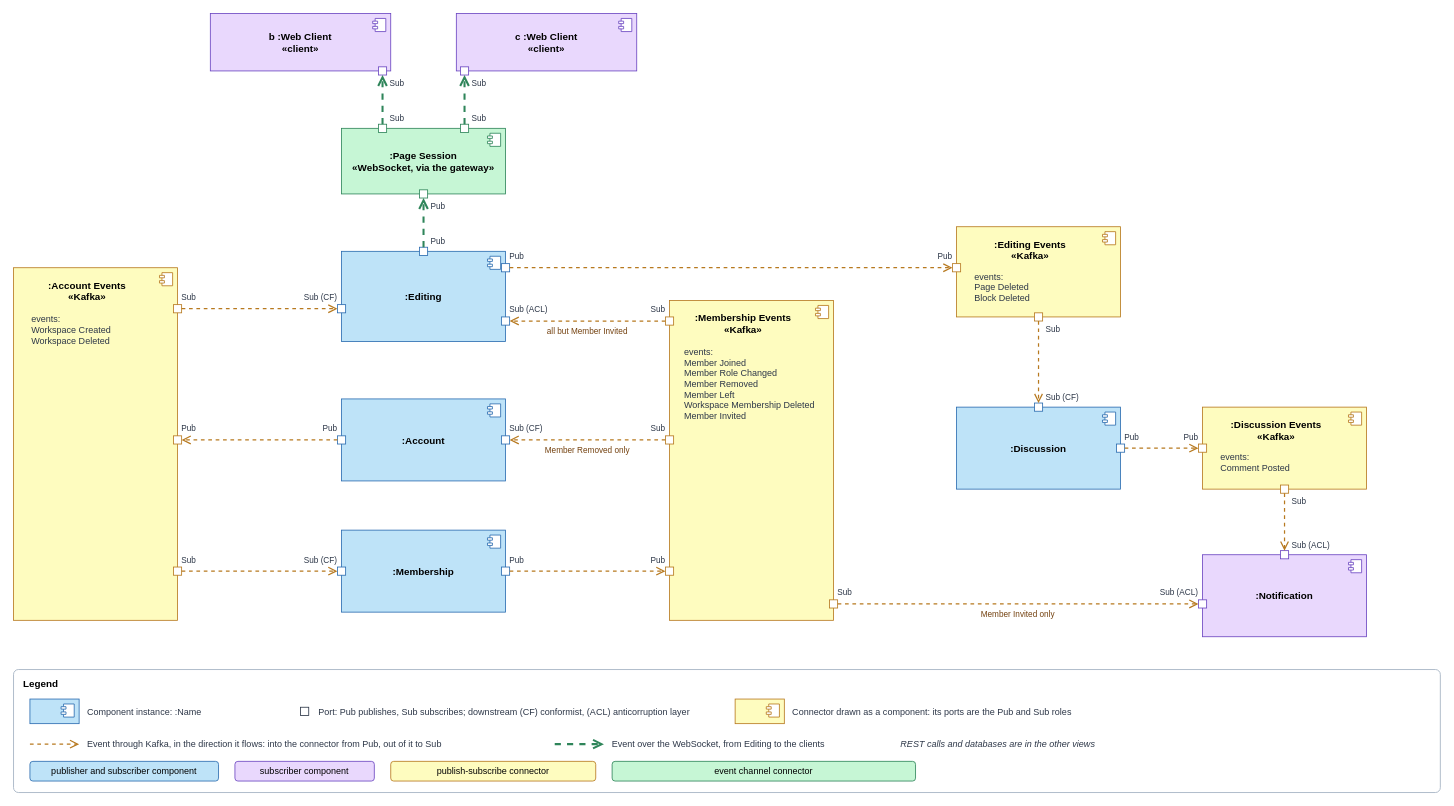
This is docs/assets/components-and-connectors/event-based.drawio from Bending-Forks/gotion, a draw.io file, before an edit. Source tidied: cells renumbered, new cells numbered last; positions are measured from the earlier drawing's top-left corner, leaving out a move shared by most shapes. Both pictures are drawn from the tidied source at 82%, with x=0, y=0 at pixel (13, 13).
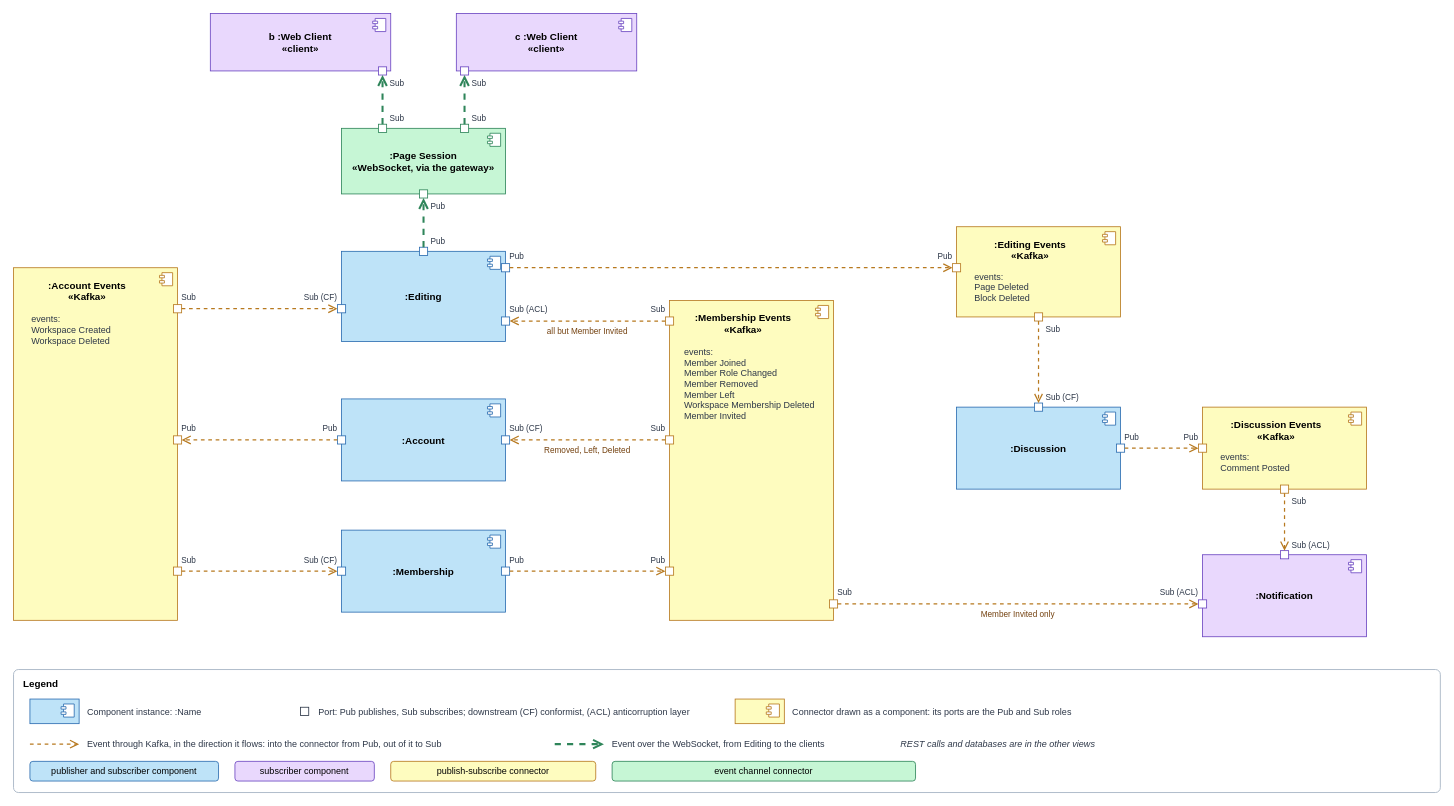
After the change.

Unchanged cells that the change refers to:
```xml
<mxCell id="40" value="Sub (CF)" style="rounded=0;html=0;fillColor=#ffffff;strokeColor=#2b6cb0;fontSize=10;fontColor=#2d3748;labelPosition=right;verticalLabelPosition=top;align=left;verticalAlign=bottom;spacingLeft=-2;" parent="1" vertex="1">
  <mxGeometry x="595" y="515" width="10" height="10" as="geometry" />
</mxCell>
<mxCell id="51" value="Sub" style="rounded=0;html=0;fillColor=#ffffff;strokeColor=#b7791f;fontSize=10;fontColor=#2d3748;labelPosition=left;verticalLabelPosition=top;align=right;verticalAlign=bottom;spacingRight=-2;" parent="1" vertex="1">
  <mxGeometry x="795" y="515" width="10" height="10" as="geometry" />
</mxCell>
```

Change to the diagram source:
```diff
@@
-    <mxCell id="66" value="Member Removed only" style="dashed=1;endArrow=open;endSize=8;html=0;strokeColor=#b7791f;strokeWidth=1.5;fontSize=10;fontColor=#744210;labelBackgroundColor=none;exitX=0;exitY=0.5;exitDx=0;exitDy=0;entryX=1;entryY=0.5;entryDx=0;entryDy=0;" parent="1" edge="1" source="51" target="40">
+    <mxCell id="66" value="Removed, Left, Deleted" style="dashed=1;endArrow=open;endSize=8;html=0;strokeColor=#b7791f;strokeWidth=1.5;fontSize=10;fontColor=#744210;labelBackgroundColor=none;exitX=0;exitY=0.5;exitDx=0;exitDy=0;entryX=1;entryY=0.5;entryDx=0;entryDy=0;" parent="1" edge="1" source="51" target="40">
       <mxGeometry relative="1" as="geometry">
         <mxPoint y="12" as="offset" />
       </mxGeometry>
     </mxCell>
```
